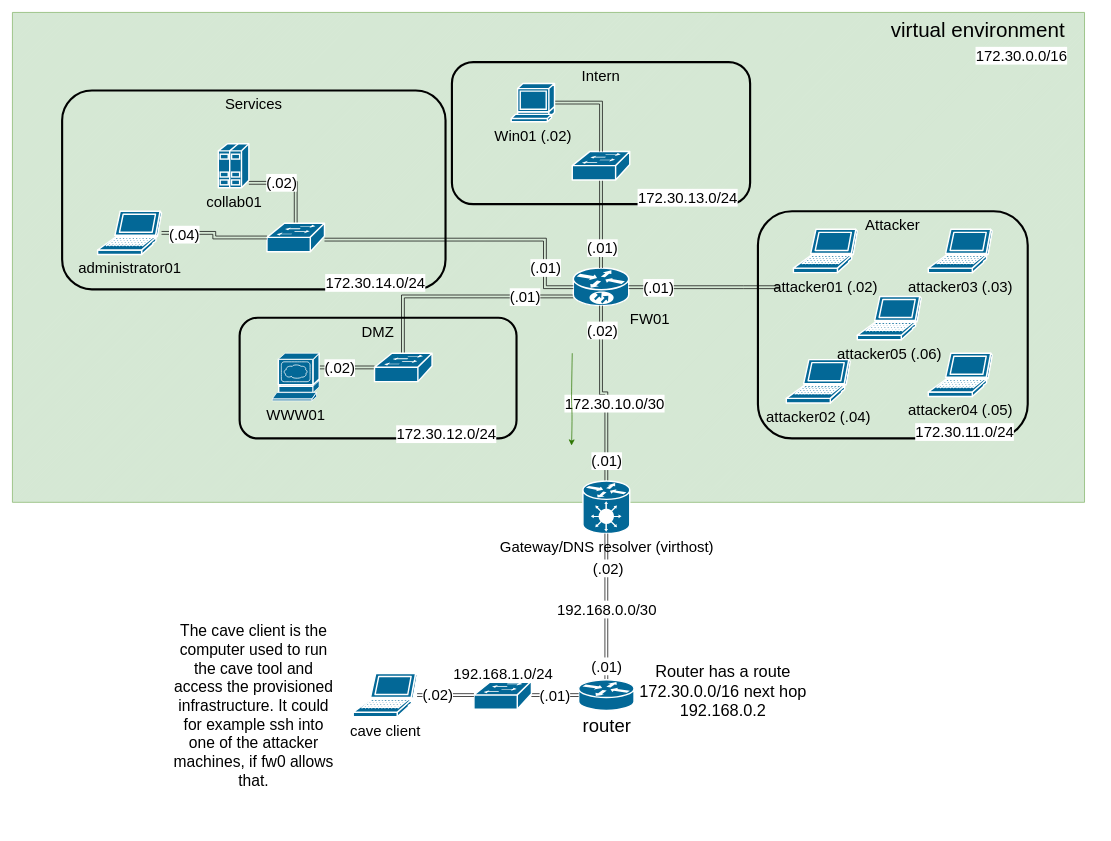
The draw.io diagram assets/example_topology.drawio in manach232/cave, before the edit. Source tidied: cells renumbered, new cells numbered last; positions are measured from the earlier drawing's top-left corner, leaving out a move shared by most shapes. Both pictures are drawn from the tidied source at 71%, with x=0, y=0 at pixel (12, 12).
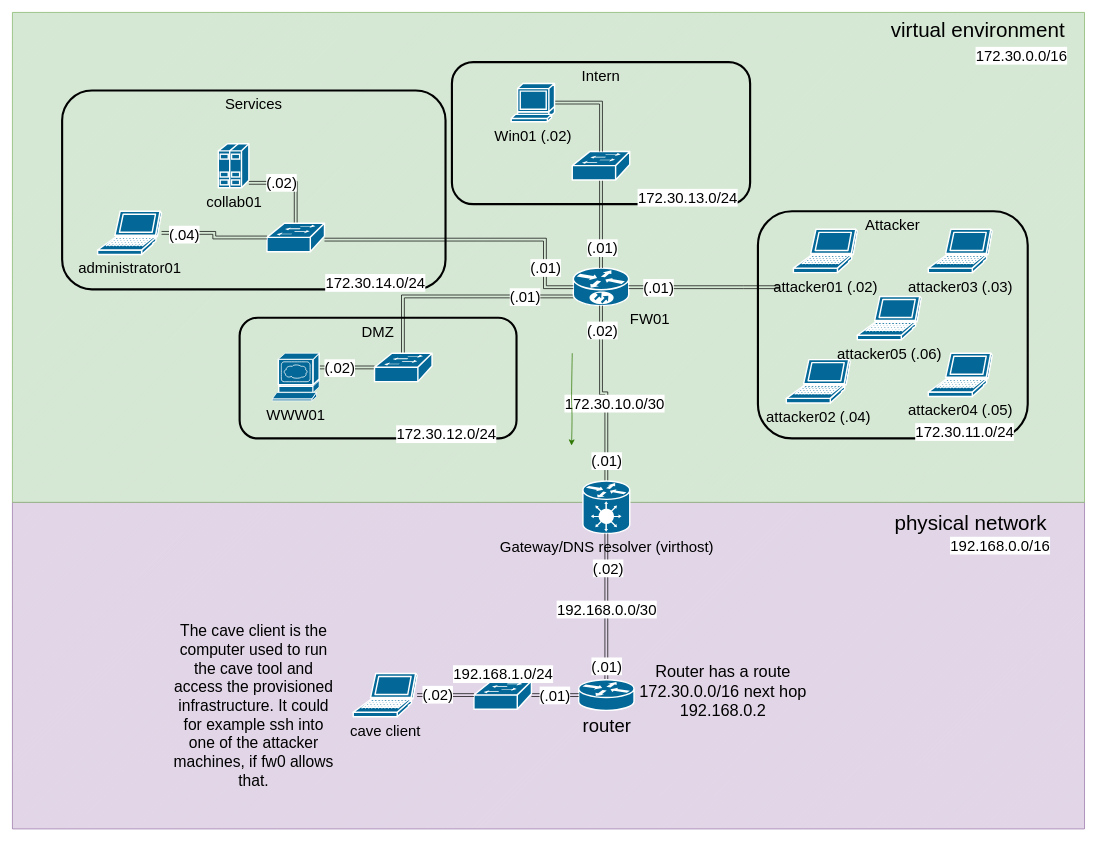
The same page after the edit.

Commit message (it also covers changes not shown here):
fixed background example topology

The edit, as a diff of the source:
```diff
@@
+    <mxCell id="61" style="verticalLabelPosition=bottom;verticalAlign=top;html=1;shape=mxgraph.basic.patternFillRect;fillStyle=diag;step=5;fillStrokeWidth=0.2;fillStrokeColor=#dddddd;fillColor=#e1d5e7;strokeColor=#9673a6;labelPosition=right;align=left;fontSize=33;" parent="1" vertex="1">
+      <mxGeometry y="690" width="1510" height="460" as="geometry" />
+    </mxCell>
@@
+    <mxCell id="62" value="&lt;div&gt;physical network&lt;/div&gt;" style="text;html=1;align=center;verticalAlign=middle;whiteSpace=wrap;rounded=0;fontSize=29;" parent="1" vertex="1">
+      <mxGeometry x="1180" y="704" width="340" height="30" as="geometry" />
+    </mxCell>
+    <mxCell id="63" value="192.168.0.0/16" style="edgeLabel;html=1;align=center;verticalAlign=middle;fontSize=21;" parent="1" vertex="1">
+      <mxGeometry x="1390" y="750" as="geometry" />
+    </mxCell>
```
